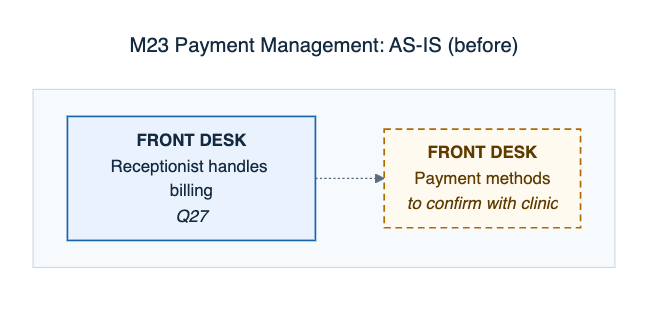
This is docs/defense/diagrams/png/M23-payment-management-as-is.png from 0phem/multibranch-dental-clinic, a Mermaid export, as it was before one commit. Its source is kept beside it as docs/defense/diagrams/M23-payment-management-as-is.mmd. Source of this version:
```mermaid
---
title: "M23 Payment Management: AS-IS (before)"
---
flowchart TB
    subgraph L1[" "]
    direction LR
      S0["<b>FRONT DESK</b><br/>Receptionist handles billing<br/><i>Q27</i>"]:::cited
      S1["<b>FRONT DESK</b><br/>Payment methods<br/><i>to confirm with clinic</i>"]:::confirm
    end
    S0 -.-> S1
    classDef cited fill:#eaf3fd,stroke:#1865ac,color:#142a40,stroke-width:1.5px
    classDef confirm fill:#fffaf0,stroke:#b26a00,color:#5e3c00,stroke-width:1.5px,stroke-dasharray:6 4
    classDef auto fill:#e6f5ee,stroke:#0c7f75,color:#0f3d33,stroke-width:1.5px
    classDef manual fill:#eaf3fd,stroke:#1865ac,color:#142a40,stroke-width:1.5px
    classDef mock fill:#f3f5f7,stroke:#5a6b7d,color:#3a4e63,stroke-width:1.5px,stroke-dasharray:3 3
    classDef planned fill:#ffffff,stroke:#5a6b7d,color:#3a4e63,stroke-width:1.5px,stroke-dasharray:6 4
```
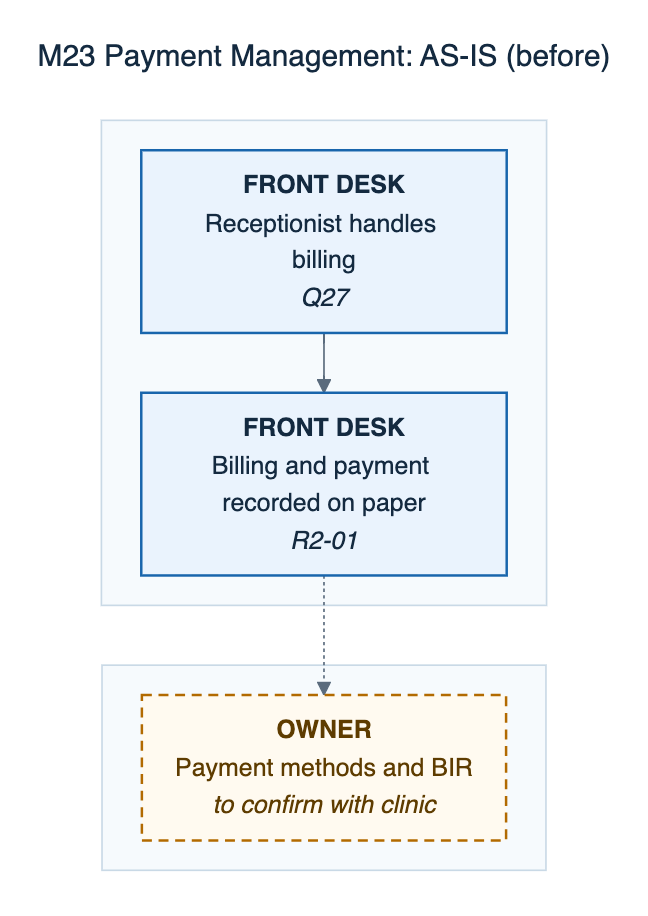
The same diagram one commit later.

What changed in the source:
```diff
@@ -5,9 +5,14 @@
     subgraph L1[" "]
     direction LR
       S0["<b>FRONT DESK</b><br/>Receptionist handles billing<br/><i>Q27</i>"]:::cited
-      S1["<b>FRONT DESK</b><br/>Payment methods<br/><i>to confirm with clinic</i>"]:::confirm
+      S1["<b>FRONT DESK</b><br/>Billing and payment recorded on paper<br/><i>R2-01</i>"]:::cited
     end
-    S0 -.-> S1
+    subgraph L3[" "]
+    direction LR
+      S2["<b>OWNER</b><br/>Payment methods and BIR<br/><i>to confirm with clinic</i>"]:::confirm
+    end
+    S0 --> S1
+    S1 -.-> S2
     classDef cited fill:#eaf3fd,stroke:#1865ac,color:#142a40,stroke-width:1.5px
     classDef confirm fill:#fffaf0,stroke:#b26a00,color:#5e3c00,stroke-width:1.5px,stroke-dasharray:6 4
     classDef auto fill:#e6f5ee,stroke:#0c7f75,color:#0f3d33,stroke-width:1.5px
```
